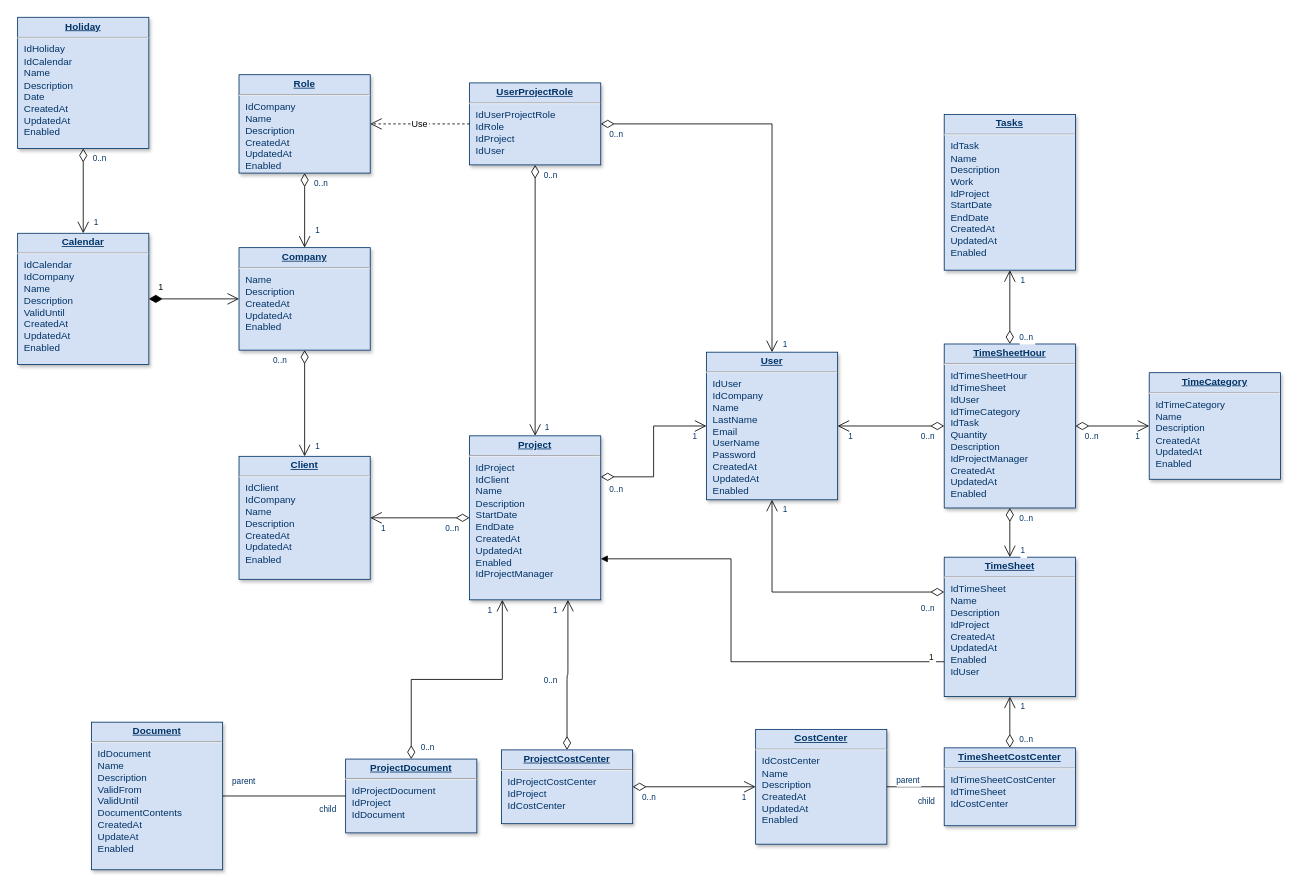
ssalanitri/GDTS keeps this draw.io diagram as designs/Conceptual DER Diagram.drawio. Above is the earlier version. Source tidied: cells renumbered, new cells numbered last; positions are measured from the earlier drawing's top-left corner, leaving out a move shared by most shapes. Both pictures are drawn from the tidied source at 82%, with x=0, y=0 at pixel (17, 17).
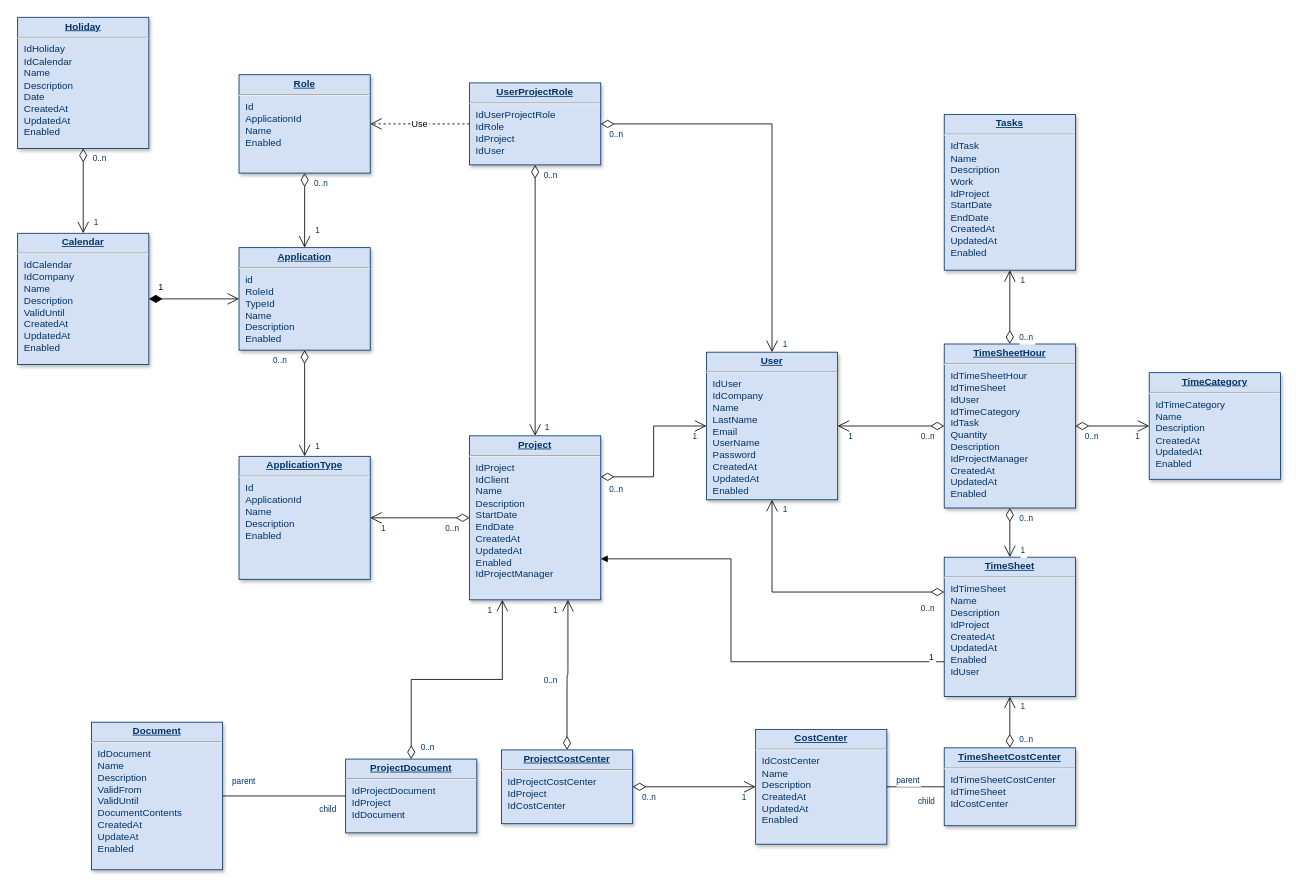
Above is the later version.

Diff of the diagram source:
```diff
@@
-    <mxCell id="2" value="&lt;p style=&quot;margin: 0px; margin-top: 4px; text-align: center; text-decoration: underline;&quot;&gt;&lt;strong&gt;Role&lt;/strong&gt;&lt;/p&gt;&lt;hr /&gt;&lt;p style=&quot;margin: 0px; margin-left: 8px;&quot;&gt;IdCompany&lt;br /&gt;Name&lt;/p&gt;&lt;p style=&quot;margin: 0px; margin-left: 8px;&quot;&gt;Description&lt;/p&gt;&lt;p style=&quot;margin: 0px; margin-left: 8px;&quot;&gt;CreatedAt&lt;/p&gt;&lt;p style=&quot;margin: 0px; margin-left: 8px;&quot;&gt;UpdatedAt&lt;/p&gt;&lt;p style=&quot;margin: 0px; margin-left: 8px;&quot;&gt;Enabled&lt;/p&gt;" style="verticalAlign=top;align=left;overflow=fill;fontSize=12;fontFamily=Helvetica;html=1;strokeColor=#003366;shadow=1;fillColor=#D4E1F5;fontColor=#003366;" parent="1" vertex="1">
+    <mxCell id="2" value="&lt;p style=&quot;margin: 0px ; margin-top: 4px ; text-align: center ; text-decoration: underline&quot;&gt;&lt;strong&gt;Role&lt;/strong&gt;&lt;/p&gt;&lt;hr&gt;&lt;p style=&quot;margin: 0px ; margin-left: 8px&quot;&gt;Id&lt;br&gt;ApplicationId&lt;/p&gt;&lt;p style=&quot;margin: 0px ; margin-left: 8px&quot;&gt;Name&lt;/p&gt;&lt;p style=&quot;margin: 0px ; margin-left: 8px&quot;&gt;&lt;span&gt;Enabled&lt;/span&gt;&lt;br&gt;&lt;/p&gt;" style="verticalAlign=top;align=left;overflow=fill;fontSize=12;fontFamily=Helvetica;html=1;strokeColor=#003366;shadow=1;fillColor=#D4E1F5;fontColor=#003366;" parent="1" vertex="1">
       <mxGeometry x="270" y="69.6" width="160" height="120" as="geometry" />
     </mxCell>
-    <mxCell id="3" value="&lt;p style=&quot;margin: 0px; margin-top: 4px; text-align: center; text-decoration: underline;&quot;&gt;&lt;strong&gt;Company&lt;/strong&gt;&lt;/p&gt;&lt;hr /&gt;&lt;p style=&quot;margin: 0px; margin-left: 8px;&quot;&gt;Name&lt;/p&gt;&lt;p style=&quot;margin: 0px; margin-left: 8px;&quot;&gt;Description&lt;/p&gt;&lt;p style=&quot;margin: 0px; margin-left: 8px;&quot;&gt;CreatedAt&lt;/p&gt;&lt;p style=&quot;margin: 0px; margin-left: 8px;&quot;&gt;UpdatedAt&lt;/p&gt;&lt;p style=&quot;margin: 0px; margin-left: 8px;&quot;&gt;Enabled&lt;/p&gt;" style="verticalAlign=top;align=left;overflow=fill;fontSize=12;fontFamily=Helvetica;html=1;strokeColor=#003366;shadow=1;fillColor=#D4E1F5;fontColor=#003366;" parent="1" vertex="1">
+    <mxCell id="3" value="&lt;p style=&quot;margin: 0px ; margin-top: 4px ; text-align: center ; text-decoration: underline&quot;&gt;&lt;b&gt;Application&lt;/b&gt;&lt;/p&gt;&lt;hr&gt;&lt;p style=&quot;margin: 0px ; margin-left: 8px&quot;&gt;id&lt;/p&gt;&lt;p style=&quot;margin: 0px ; margin-left: 8px&quot;&gt;RoleId&lt;/p&gt;&lt;p style=&quot;margin: 0px ; margin-left: 8px&quot;&gt;TypeId&lt;/p&gt;&lt;p style=&quot;margin: 0px ; margin-left: 8px&quot;&gt;Name&lt;/p&gt;&lt;p style=&quot;margin: 0px ; margin-left: 8px&quot;&gt;Description&lt;/p&gt;&lt;p style=&quot;margin: 0px ; margin-left: 8px&quot;&gt;&lt;span&gt;Enabled&lt;/span&gt;&lt;br&gt;&lt;/p&gt;" style="verticalAlign=top;align=left;overflow=fill;fontSize=12;fontFamily=Helvetica;html=1;strokeColor=#003366;shadow=1;fillColor=#D4E1F5;fontColor=#003366;" parent="1" vertex="1">
       <mxGeometry x="270" y="280.5" width="160" height="125" as="geometry" />
     </mxCell>
@@
-    <mxCell id="7" value="&lt;p style=&quot;margin: 0px; margin-top: 4px; text-align: center; text-decoration: underline;&quot;&gt;&lt;strong&gt;Client&lt;/strong&gt;&lt;/p&gt;&lt;hr /&gt;&lt;p style=&quot;margin: 0px; margin-left: 8px;&quot;&gt;IdClient&lt;/p&gt;&lt;p style=&quot;margin: 0px; margin-left: 8px;&quot;&gt;IdCompany&lt;/p&gt;&lt;p style=&quot;margin: 0px; margin-left: 8px;&quot;&gt;Name&lt;/p&gt;&lt;p style=&quot;margin: 0px; margin-left: 8px;&quot;&gt;Description&lt;/p&gt;&lt;p style=&quot;margin: 0px; margin-left: 8px;&quot;&gt;CreatedAt&lt;/p&gt;&lt;p style=&quot;margin: 0px; margin-left: 8px;&quot;&gt;UpdatedAt&lt;/p&gt;&lt;p style=&quot;margin: 0px; margin-left: 8px;&quot;&gt;Enabled&lt;/p&gt;" style="verticalAlign=top;align=left;overflow=fill;fontSize=12;fontFamily=Helvetica;html=1;strokeColor=#003366;shadow=1;fillColor=#D4E1F5;fontColor=#003366;" parent="1" vertex="1">
+    <mxCell id="7" value="&lt;p style=&quot;margin: 0px ; margin-top: 4px ; text-align: center ; text-decoration: underline&quot;&gt;&lt;b&gt;ApplicationType&lt;/b&gt;&lt;/p&gt;&lt;hr&gt;&lt;p style=&quot;margin: 0px ; margin-left: 8px&quot;&gt;Id&lt;/p&gt;&lt;p style=&quot;margin: 0px ; margin-left: 8px&quot;&gt;&lt;span&gt;ApplicationId&lt;/span&gt;&lt;br&gt;&lt;/p&gt;&lt;p style=&quot;margin: 0px ; margin-left: 8px&quot;&gt;Name&lt;/p&gt;&lt;p style=&quot;margin: 0px ; margin-left: 8px&quot;&gt;Description&lt;/p&gt;&lt;p style=&quot;margin: 0px ; margin-left: 8px&quot;&gt;&lt;span&gt;Enabled&lt;/span&gt;&lt;br&gt;&lt;/p&gt;" style="verticalAlign=top;align=left;overflow=fill;fontSize=12;fontFamily=Helvetica;html=1;strokeColor=#003366;shadow=1;fillColor=#D4E1F5;fontColor=#003366;" parent="1" vertex="1">
       <mxGeometry x="270" y="535" width="160" height="150" as="geometry" />
     </mxCell>
```
